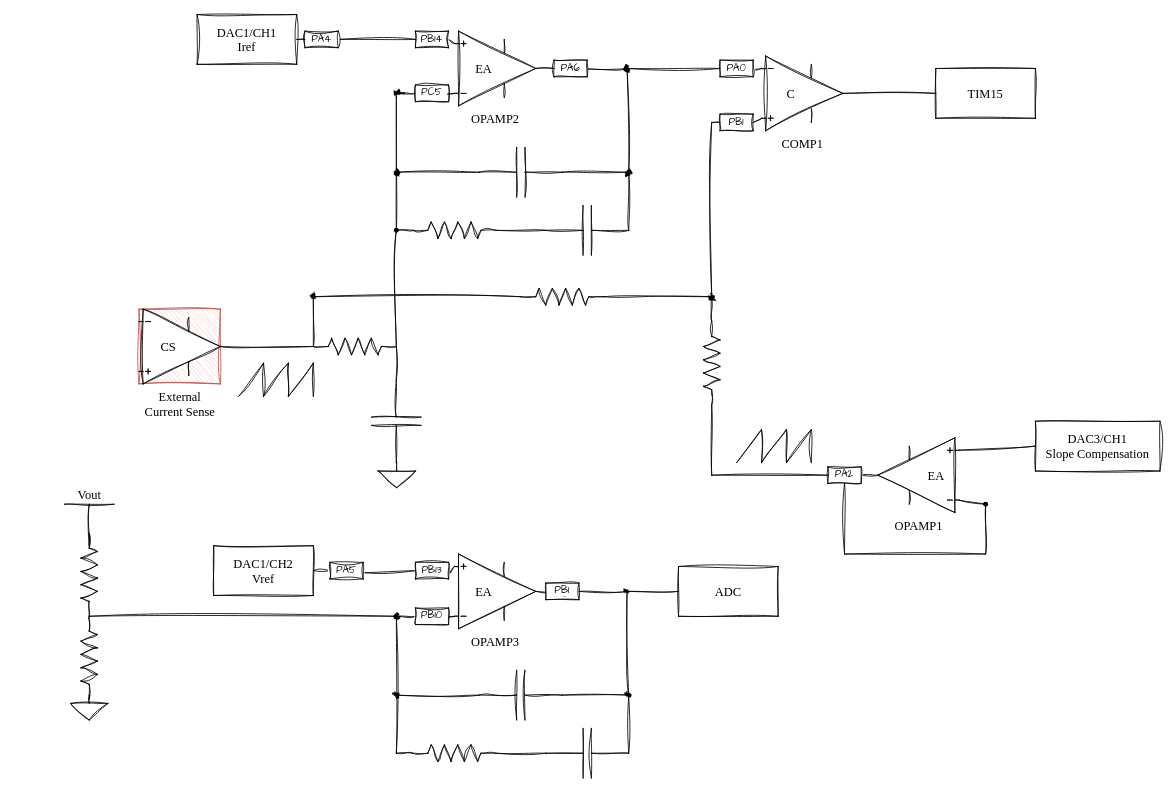
This is assets/STM32 Compensation.drawio from resonantlabs/mixed-signal-pfc, a draw.io file, before an edit. Source tidied: cells renumbered, new cells numbered last; positions are measured from the earlier drawing's top-left corner, leaving out a move shared by most shapes. Both pictures are drawn from the tidied source at 83%, with x=0, y=0 at pixel (14, 14).
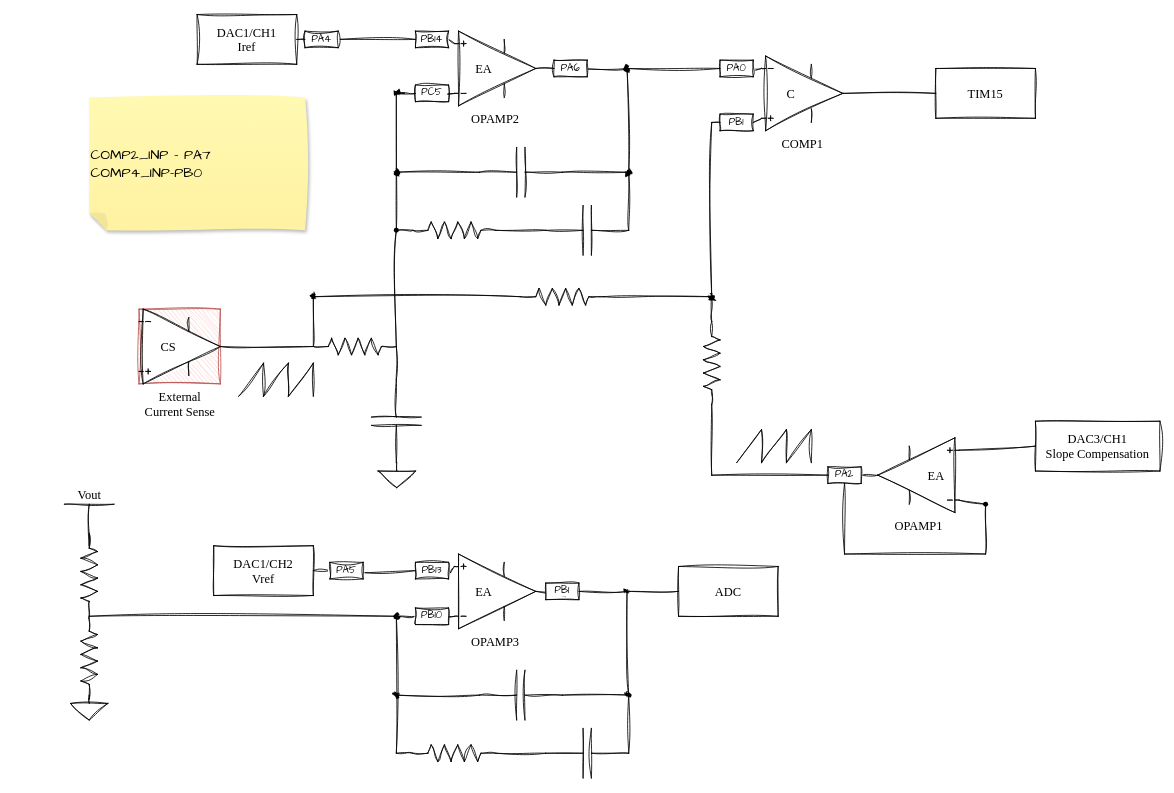
After the change.

Diff of the diagram source:
```diff
@@
+    <mxCell id="112" value="&lt;div&gt;COMP2_INP - PA7&lt;/div&gt;&lt;div&gt;COMP4_INP-PB0&lt;/div&gt;" style="shape=note;whiteSpace=wrap;html=1;backgroundOutline=1;fontColor=#000000;darkOpacity=0.05;fillColor=#FFF9B2;strokeColor=none;fillStyle=solid;direction=west;gradientDirection=north;gradientColor=#FFF2A1;shadow=1;size=20;sketch=1;hachureGap=4;jiggle=2;curveFitting=1;fontFamily=Architects Daughter;fontSize=17;align=left;" parent="1" vertex="1">
+      <mxGeometry x="90" y="100" width="260" height="160" as="geometry" />
+    </mxCell>
```
